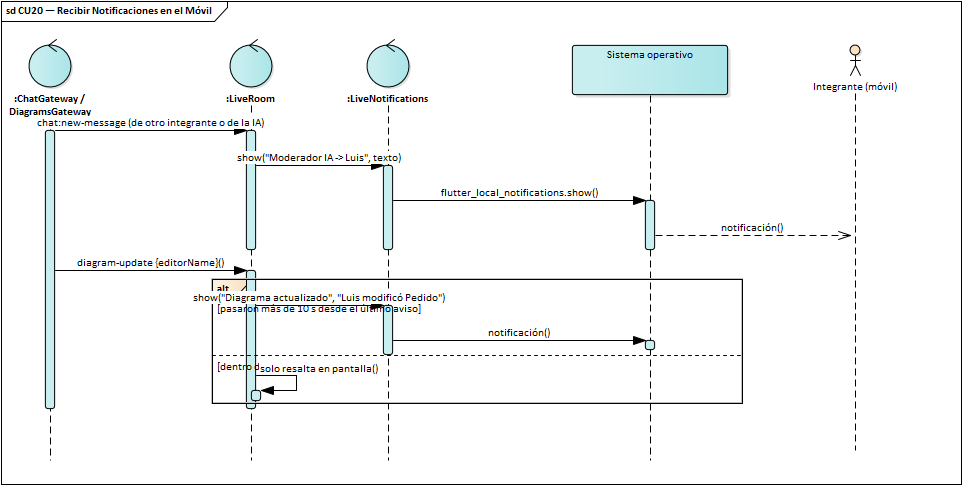
Before: docs/diagrams/ea/img/seq_cu20.png, a diagram exported from PlantUML (luisfernandoAngulo28/generador_diagrama_clases_uml). Its source is kept beside it as docs/diagrams/2do_parcial/pud/seq_cu20.plantuml.
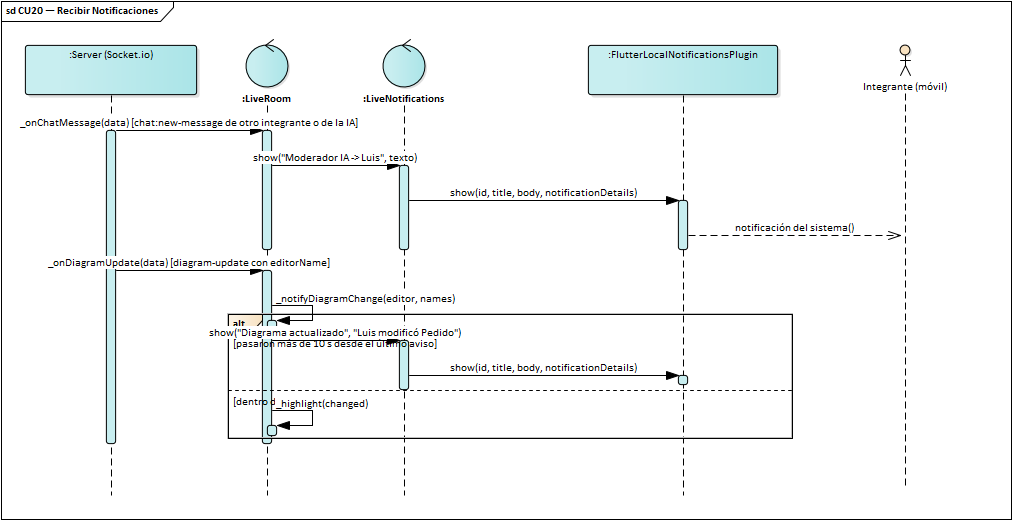
The same diagram one commit later.

What changed in the source:
```diff
@@ -1,20 +1,21 @@
 @startuml seq_cu20
 !include _seq.iuml
-title CU20 — Recibir Notificaciones en el Móvil\n<size:11>Diagrama de Secuencia · UML 2.5.1</size>
-control ":ChatGateway\n/ DiagramsGateway" as G
+title CU20 — Recibir Notificaciones\n<size:11>Diagrama de Secuencia · UML 2.5.1 · cada mensaje es una operación de la clase que lo recibe</size>
+participant ":Server (Socket.io)" as SV
 control ":LiveRoom" as L
 control ":LiveNotifications" as N
-participant "Sistema operativo" as OS
+participant ":FlutterLocalNotificationsPlugin" as OS
 actor "Integrante (móvil)" as A
-G -> L : chat:new-message (de otro integrante o de la IA)
-L -> N : show("Moderador IA → Luis", texto)
-N -> OS : flutter_local_notifications.show()
-OS --> A : notificación
-G -> L : diagram-update {editorName}
+SV -> L : _onChatMessage(data) [chat:new-message de otro integrante o de la IA]
+L -> N : show("Moderador IA -> Luis", texto)
+N -> OS : show(id, title, body, notificationDetails)
+OS --> A : notificación del sistema
+SV -> L : _onDiagramUpdate(data) [diagram-update con editorName]
+L -> L : _notifyDiagramChange(editor, names)
 alt pasaron más de 10 s desde el último aviso
   L -> N : show("Diagrama actualizado", "Luis modificó Pedido")
-  N -> OS : notificación
+  N -> OS : show(id, title, body, notificationDetails)
 else dentro de los 10 s
-  L -> L : solo resalta en pantalla
+  L -> L : _highlight(changed)
 end
 @enduml
```
